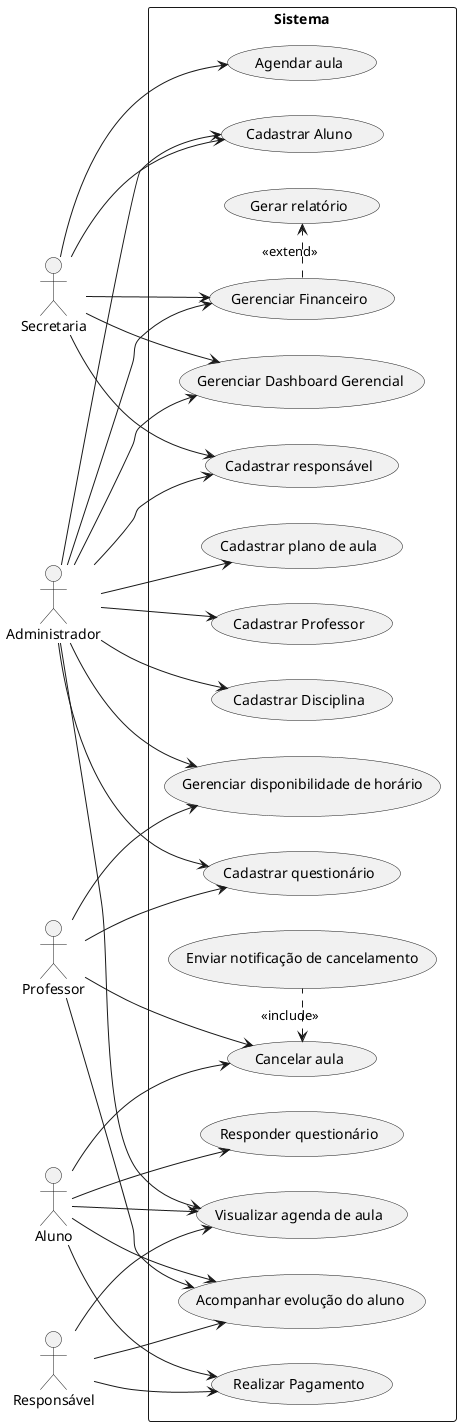
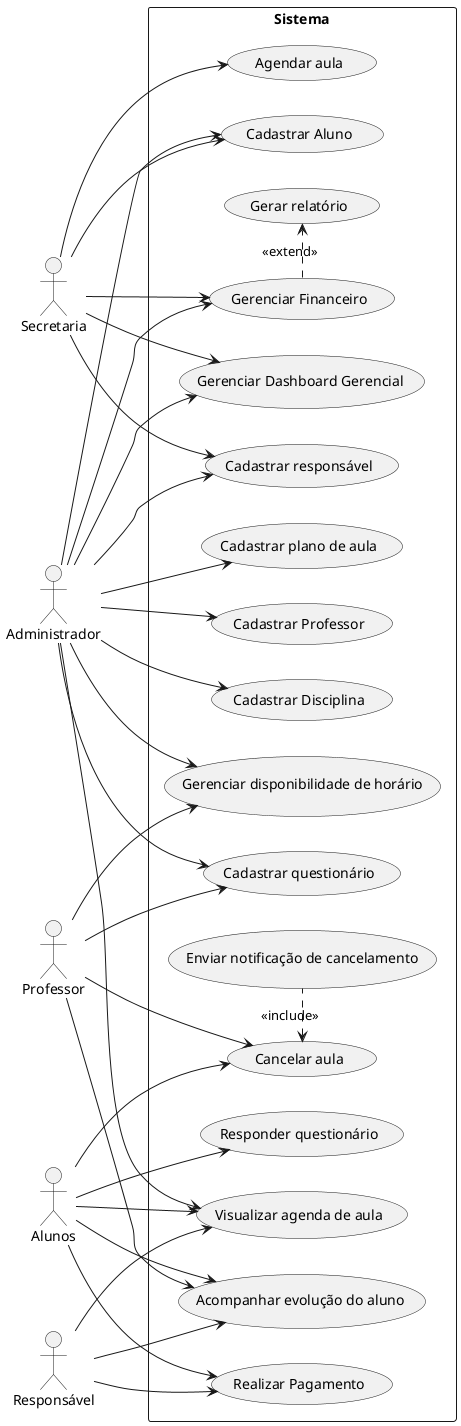
@startuml usecases
left to right direction

' --- ATORES ---
' Atores do lado esquerdo
actor "Administrador" as Admin
actor "Professor" as Professor

' Ator Superior e Inferior
- actor "Aluno" as Aluno
+ actor "Alunos" as Aluno
actor "Responsável" as Responsavel

' Ator do lado direito
actor "Secretaria" as Secretaria

' --- LIMITE DO SISTEMA ---
rectangle "Sistema" {

    ' Casos de Uso - Coluna Esquerda
    usecase "Realizar Pagamento" as UC1
    usecase "Acompanhar evolução do aluno" as UC2
    usecase "Agendar aula" as UC3
    usecase "Visualizar agenda de aula" as UC4
    usecase "Cadastrar Disciplina" as UC5
    usecase "Cadastrar plano de aula" as UC6

    ' Casos de Uso - Coluna Centro/Direita
    usecase "Cadastrar responsável" as UC7
    usecase "Cadastrar Aluno" as UC8
    usecase "Cadastrar Professor" as UC9
    usecase "Gerenciar Financeiro" as UC10
    usecase "Gerenciar Dashboard Gerencial" as UC11
    usecase "Responder questionário" as UC12
    usecase "Gerenciar disponibilidade de horário" as UC13
    usecase "Cadastrar questionário" as UC14
    usecase "Cancelar aula" as UC15

    ' Casos de uso avulsos que recebem setas tracejadas (includes/extends)
    usecase "Enviar notificação de cancelamento" as UCAuxA
    usecase "Gerar relatório" as UCAuxB

}

' --- RELACIONAMENTOS (ASSOCIAÇÕES) ---
' Nota: As linhas abaixo simulam os traços principais vistos na imagem.
' Ajuste conforme a necessidade real do seu diagrama.

Responsavel --> UC1
Responsavel --> UC2
Responsavel --> UC4

Aluno --> UC1
Aluno --> UC2
Aluno --> UC4
Aluno --> UC12
Aluno --> UC15

Professor --> UC2
Professor --> UC13
Professor --> UC14
Professor --> UC15

Secretaria --> UC3
Secretaria --> UC7
Secretaria --> UC8
Secretaria --> UC10
Secretaria --> UC11

Admin --> UC4
Admin --> UC5
Admin --> UC6
Admin --> UC7
Admin --> UC8
Admin --> UC9
Admin --> UC10
Admin --> UC11
Admin --> UC13
Admin --> UC14

' --- RELACIONAMENTOS ESPECIAIS (INCLUDE / EXTEND) ---
' Representam as setas tracejadas com << ... >> na sua imagem
UC15 <. UCAuxA : <<include>>
UC10 .> UCAuxB : <<extend>>

' --- GENERALIZAÇÃO DE ATORES (Se houver) ---
' Há setas com triângulos vazios na imagem que parecem ligar atores,
' ou atores a casos de uso. Caso um ator herde de outro, use a sintaxe abaixo:
' AtorEsq2 --|> AtorEsq1

@enduml